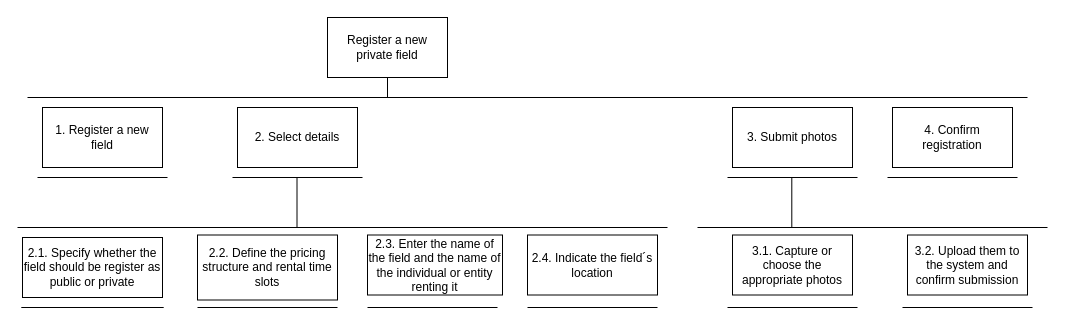
Above: docs/aux/task2.drawio in TQS-Project-25-26/SportsLink (draw.io), before the change. Source tidied: cells renumbered, new cells numbered last; positions are measured from the earlier drawing's top-left corner, leaving out a move shared by most shapes. Both pictures are drawn from the tidied source at 100%, with x=0, y=0 at pixel (17, 17).
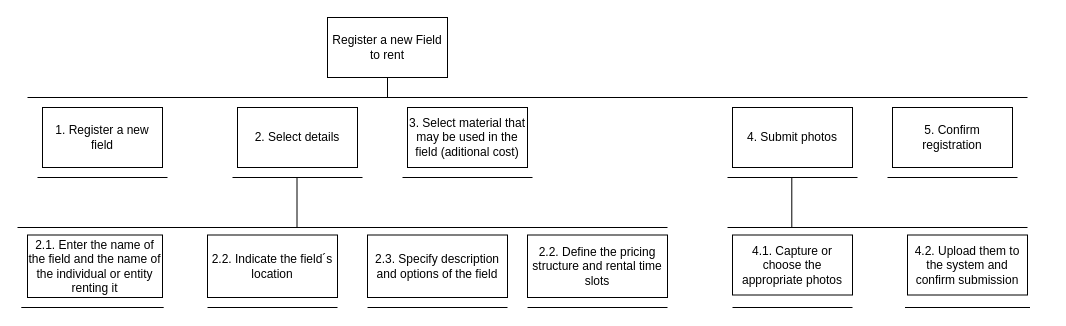
Above is the later version.

Diff of the diagram source:
```diff
@@
-    <mxCell id="2" value="Register a new private field" style="rounded=0;whiteSpace=wrap;html=1;" parent="1" vertex="1">
+    <mxCell id="2" value="Register a new Field to rent" style="rounded=0;whiteSpace=wrap;html=1;" parent="1" vertex="1">
       <mxGeometry x="310" width="120" height="60" as="geometry" />
     </mxCell>
@@
-    <mxCell id="5" value="3. Submit photos" style="rounded=0;whiteSpace=wrap;html=1;" parent="1" vertex="1">
+    <mxCell id="5" value="4. Submit photos" style="rounded=0;whiteSpace=wrap;html=1;" parent="1" vertex="1">
       <mxGeometry x="715" y="90" width="120" height="60" as="geometry" />
     </mxCell>
-    <mxCell id="6" value="4. Confirm registration" style="rounded=0;whiteSpace=wrap;html=1;" parent="1" vertex="1">
+    <mxCell id="6" value="5. Confirm registration" style="rounded=0;whiteSpace=wrap;html=1;" parent="1" vertex="1">
       <mxGeometry x="875" y="90" width="120" height="60" as="geometry" />
     </mxCell>
@@
-    <mxCell id="14" value="2.1. Specify whether the field should be register as public or private" style="rounded=0;whiteSpace=wrap;html=1;" parent="1" vertex="1">
-      <mxGeometry x="5" y="220" width="140" height="60" as="geometry" />
+    <mxCell id="14" value="2.3. Specify description and options of the field" style="rounded=0;whiteSpace=wrap;html=1;" parent="1" vertex="1">
+      <mxGeometry x="350" y="217.5" width="140" height="62.5" as="geometry" />
     </mxCell>
     <mxCell id="15" value="2.2. Define the pricing structure and rental time slots" style="rounded=0;whiteSpace=wrap;html=1;" parent="1" vertex="1">
-      <mxGeometry x="180" y="217.5" width="140" height="65" as="geometry" />
+      <mxGeometry x="510" y="217.5" width="140" height="62.5" as="geometry" />
     </mxCell>
@@
-    <mxCell id="18" value="2.3.&amp;nbsp;Enter the name of the field and the name of the individual or entity renting it" style="rounded=0;whiteSpace=wrap;html=1;" parent="1" vertex="1">
-      <mxGeometry x="350" y="217.5" width="135" height="60" as="geometry" />
+    <mxCell id="18" value="2.1.&amp;nbsp;Enter the name of the field and the name of the individual or entity renting it" style="rounded=0;whiteSpace=wrap;html=1;" parent="1" vertex="1">
+      <mxGeometry x="10" y="217.5" width="135" height="62.5" as="geometry" />
     </mxCell>
-    <mxCell id="19" value="2.4. Indicate the field´s location" style="rounded=0;whiteSpace=wrap;html=1;" parent="1" vertex="1">
-      <mxGeometry x="510" y="217.5" width="130" height="60" as="geometry" />
+    <mxCell id="19" value="2.2. Indicate the field´s location" style="rounded=0;whiteSpace=wrap;html=1;" parent="1" vertex="1">
+      <mxGeometry x="190" y="217.5" width="130" height="62.5" as="geometry" />
     </mxCell>
     <mxCell id="20" style="endArrow=none;html=1;" parent="1" edge="1">
       <mxGeometry relative="1" as="geometry">
-        <mxPoint x="180" y="290" as="sourcePoint" />
+        <mxPoint x="190" y="290" as="sourcePoint" />
         <mxPoint x="320" y="290" as="targetPoint" />
       </mxGeometry>
     </mxCell>
     <mxCell id="21" style="endArrow=none;html=1;" parent="1" edge="1">
       <mxGeometry relative="1" as="geometry">
         <mxPoint x="350" y="290" as="sourcePoint" />
-        <mxPoint x="480" y="290" as="targetPoint" />
+        <mxPoint x="490" y="290" as="targetPoint" />
       </mxGeometry>
     </mxCell>
     <mxCell id="22" style="endArrow=none;html=1;" parent="1" edge="1">
       <mxGeometry relative="1" as="geometry">
         <mxPoint x="510" y="290" as="sourcePoint" />
-        <mxPoint x="640" y="290" as="targetPoint" />
+        <mxPoint x="650" y="290" as="targetPoint" />
       </mxGeometry>
     </mxCell>
     <mxCell id="23" style="endArrow=none;html=1;" parent="1" edge="1">
       <mxGeometry relative="1" as="geometry">
-        <mxPoint x="680" y="210" as="sourcePoint" />
-        <mxPoint x="1030" y="210" as="targetPoint" />
+        <mxPoint x="710" y="210" as="sourcePoint" />
+        <mxPoint x="1010" y="210" as="targetPoint" />
       </mxGeometry>
     </mxCell>
@@
-    <mxCell id="25" value="3.1.&amp;nbsp;Capture or choose the appropriate photos" style="rounded=0;whiteSpace=wrap;html=1;" parent="1" vertex="1">
+    <mxCell id="25" value="4.1.&amp;nbsp;Capture or choose the appropriate photos" style="rounded=0;whiteSpace=wrap;html=1;" parent="1" vertex="1">
       <mxGeometry x="715" y="217.5" width="120" height="60" as="geometry" />
     </mxCell>
-    <mxCell id="26" value="3.2.&amp;nbsp;Upload them to the system and confirm submission" style="rounded=0;whiteSpace=wrap;html=1;" parent="1" vertex="1">
+    <mxCell id="26" value="4.2.&amp;nbsp;Upload them to the system and confirm submission" style="rounded=0;whiteSpace=wrap;html=1;" parent="1" vertex="1">
       <mxGeometry x="890" y="217.5" width="120" height="60" as="geometry" />
     </mxCell>
     <mxCell id="27" style="endArrow=none;html=1;" parent="1" edge="1">
       <mxGeometry relative="1" as="geometry">
-        <mxPoint x="710" y="290" as="sourcePoint" />
-        <mxPoint x="840" y="290" as="targetPoint" />
+        <mxPoint x="715" y="290" as="sourcePoint" />
+        <mxPoint x="835" y="290" as="targetPoint" />
       </mxGeometry>
     </mxCell>
     <mxCell id="28" style="endArrow=none;html=1;" parent="1" edge="1">
       <mxGeometry relative="1" as="geometry">
-        <mxPoint x="885" y="290" as="sourcePoint" />
-        <mxPoint x="1015" y="290" as="targetPoint" />
+        <mxPoint x="887.5" y="290" as="sourcePoint" />
+        <mxPoint x="1012.5" y="290" as="targetPoint" />
       </mxGeometry>
     </mxCell>
+    <mxCell id="29" value="3. Select material that may be used in the field (aditional cost)" style="rounded=0;whiteSpace=wrap;html=1;" parent="1" vertex="1">
+      <mxGeometry x="390" y="90" width="120" height="60" as="geometry" />
+    </mxCell>
+    <mxCell id="30" style="endArrow=none;html=1;" parent="1" edge="1">
+      <mxGeometry relative="1" as="geometry">
+        <mxPoint x="385" y="160" as="sourcePoint" />
+        <mxPoint x="515" y="160" as="targetPoint" />
+      </mxGeometry>
+    </mxCell>
```
